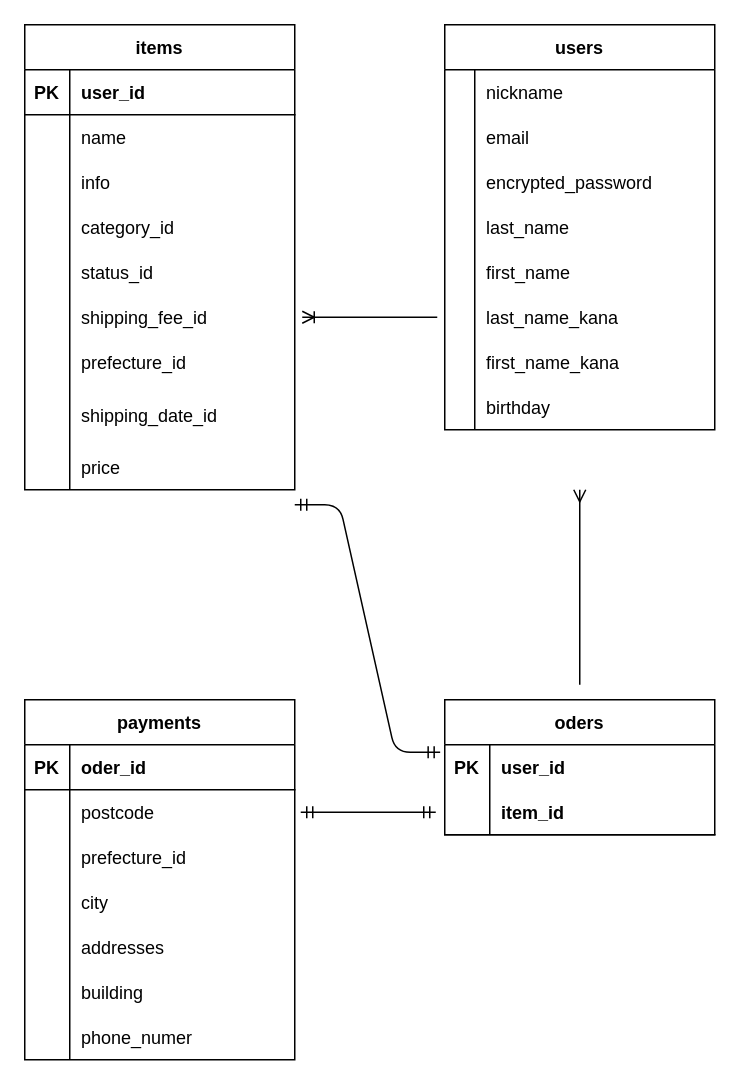
Before: dbcreate.dio in keiakamom/furima-39099, a draw.io diagram. Source tidied: cells renumbered, new cells numbered last; positions are measured from the earlier drawing's top-left corner, leaving out a move shared by most shapes. Both pictures are drawn from the tidied source at 150%, with x=0, y=0 at pixel (24, 24).
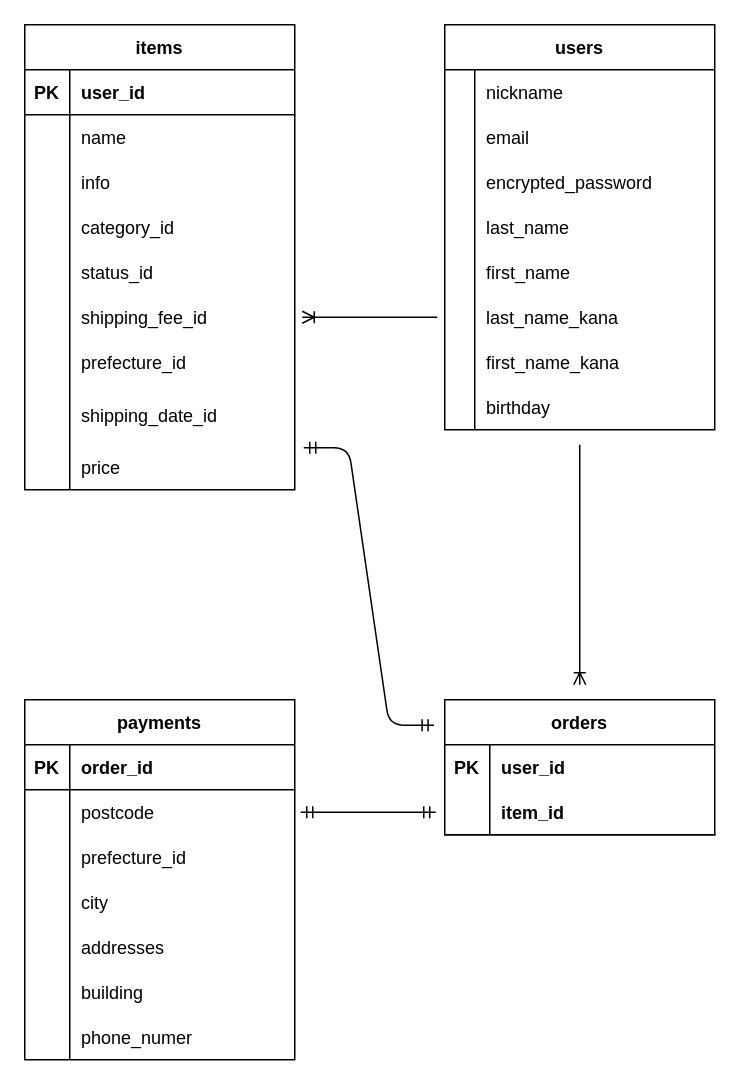
Above is the later version.

Commit message:
データーベース設計の修正５

The change refers to these unchanged cells:
```xml
<mxCell id="56" style="shape=tableRow;horizontal=0;startSize=0;swimlaneHead=0;swimlaneBody=0;fillColor=none;top=0;left=0;right=0;bottom=1;" parent="55" vertex="1">
  <mxGeometry y="30" width="180" height="30" as="geometry" />
</mxCell>
<mxCell id="78" style="shape=tableRow;horizontal=0;startSize=0;swimlaneHead=0;swimlaneBody=0;fillColor=none;points=[[0,0.5],[1,0.5]];portConstraint=eastwest;top=0;left=0;right=0;bottom=1;strokeColor=none;" parent="77" vertex="1">
  <mxGeometry y="30" width="180" height="30" as="geometry" />
</mxCell>
```

Diff of the diagram source:
```diff
@@
-    <mxCell id="58" value="oder_id" style="shape=partialRectangle;fillColor=none;top=0;left=0;bottom=0;right=0;align=left;spacingLeft=6;fontStyle=1;overflow=hidden;strokeColor=default;" parent="56" vertex="1">
+    <mxCell id="58" value="order_id" style="shape=partialRectangle;fillColor=none;top=0;left=0;bottom=0;right=0;align=left;spacingLeft=6;fontStyle=1;overflow=hidden;strokeColor=default;" parent="56" vertex="1">
       <mxGeometry x="30" width="150" height="30" as="geometry" />
     </mxCell>
@@
-    <mxCell id="77" value="oders" style="shape=table;startSize=30;childLayout=tableLayout;rowLines=0;fontStyle=1;align=center;" parent="1" vertex="1">
+    <mxCell id="77" value="orders" style="shape=table;startSize=30;childLayout=tableLayout;rowLines=0;fontStyle=1;align=center;" parent="1" vertex="1">
       <mxGeometry x="280" y="450" width="180" height="90" as="geometry" />
     </mxCell>
@@
-    <mxCell id="85" style="fontSize=12;html=1;endArrow=ERmany;" parent="1" edge="1">
-      <mxGeometry relative="1" as="geometry">
-        <mxPoint x="370" y="440" as="sourcePoint" />
-        <mxPoint x="370" y="310" as="targetPoint" />
-      </mxGeometry>
-    </mxCell>
@@
-    <mxCell id="87" style="edgeStyle=entityRelationEdgeStyle;fontSize=12;html=1;endArrow=ERmandOne;startArrow=ERmandOne;entryX=-0.017;entryY=0.167;entryDx=0;entryDy=0;entryPerimeter=0;" parent="1" edge="1" target="78">
+    <mxCell id="87" style="edgeStyle=entityRelationEdgeStyle;fontSize=12;html=1;endArrow=ERmandOne;startArrow=ERmandOne;entryX=-0.017;entryY=0.167;entryDx=0;entryDy=0;entryPerimeter=0;" parent="1" edge="1">
       <mxGeometry relative="1" as="geometry">
-        <mxPoint x="180" y="320" as="sourcePoint" />
+        <mxPoint x="186" y="282" as="sourcePoint" />
+        <mxPoint x="272.9" y="467" as="targetPoint" />
       </mxGeometry>
     </mxCell>
+    <mxCell id="88" style="fontSize=12;html=1;endArrow=ERoneToMany;" parent="1" edge="1">
+      <mxGeometry relative="1" as="geometry">
+        <mxPoint x="370" y="280" as="sourcePoint" />
+        <mxPoint x="370" y="440" as="targetPoint" />
+      </mxGeometry>
+    </mxCell>
```
